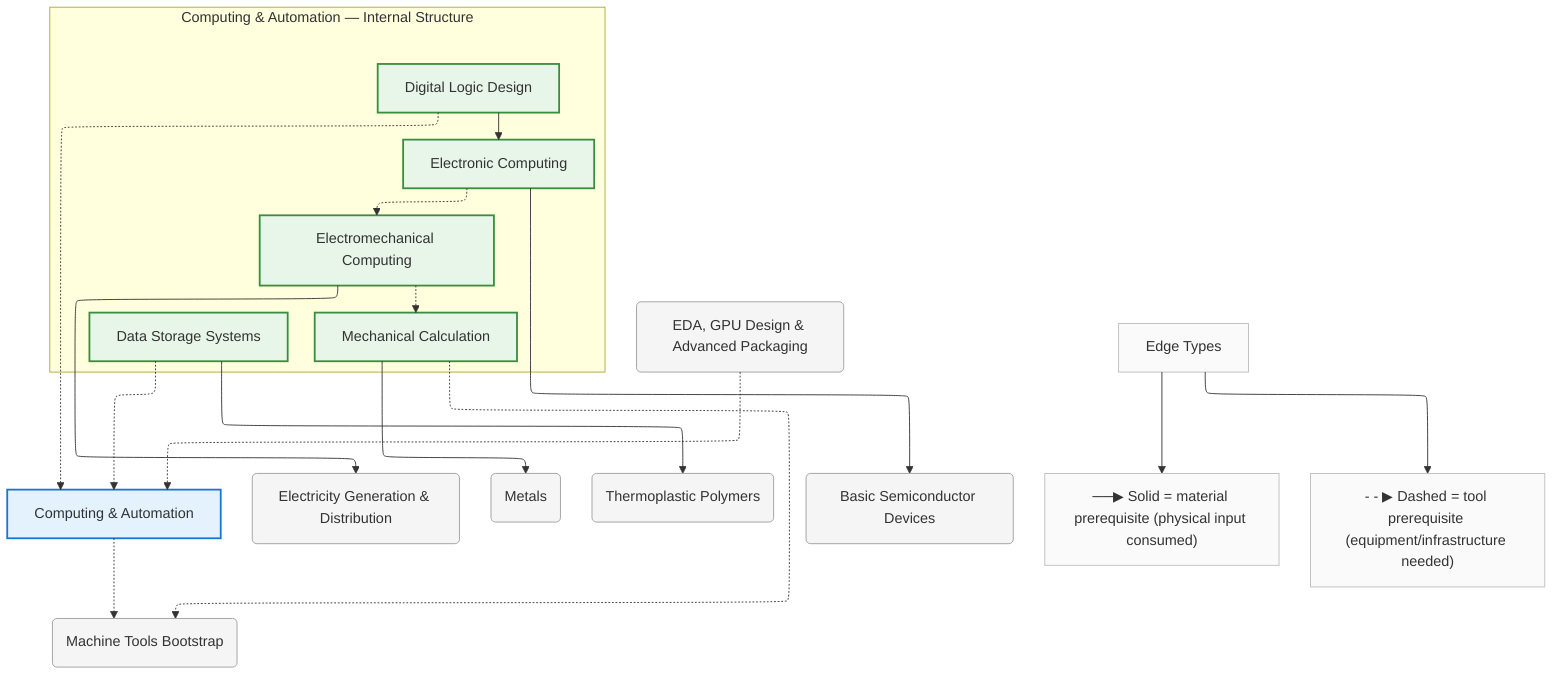
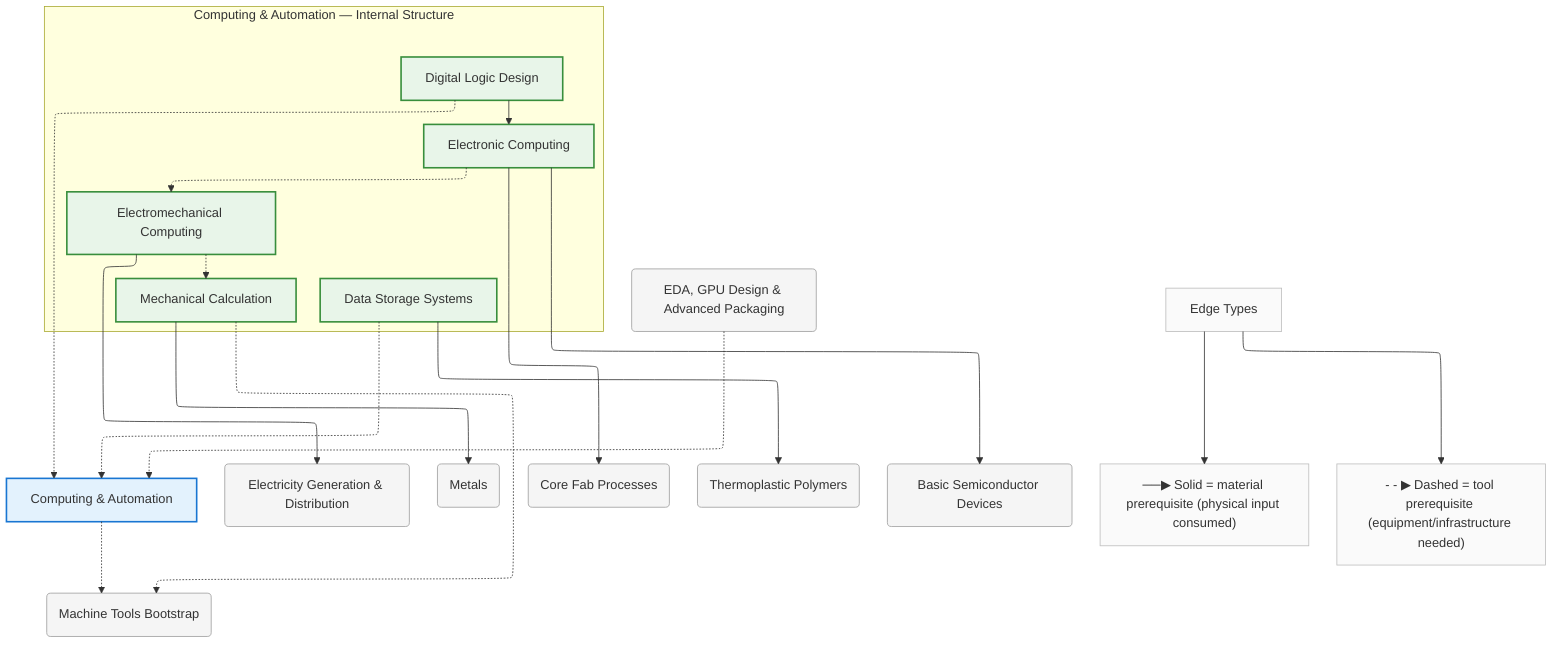
%%{init: {"flowchart": {"defaultRenderer": "elk", "htmlLabels": true}}}%%
graph TD
    %% Domain: Computing & Automation

    %% ==================== INTERNAL NODES ====================
    subgraph computing_internal ["Computing & Automation — Internal Structure"]
        direction TB
        computing_mechanical["Mechanical Calculation"]
        computing_electromechanical["Electromechanical Computing"]
        computing_electronic["Electronic Computing"]
        computing_digital-logic["Digital Logic Design"]
        computing_data-storage["Data Storage Systems"]
    end

    %% ==================== DOMAIN NODE ====================
    computing["Computing & Automation"]

    %% ==================== EXTERNAL DEPENDENCIES ====================
    energy_electricity("Electricity Generation & Distribution")
    machine-tools("Machine Tools Bootstrap")
    metals("Metals")
+     photolithography_fab-processes("Core Fab Processes")
    polymers_thermoplastics("Thermoplastic Polymers")
    silicon_basic-devices("Basic Semiconductor Devices")
    vlsi-scaling_eda-design("EDA, GPU Design & Advanced Packaging")

    %% ==================== EDGES ====================
    computing_electromechanical -.-> computing_mechanical
    computing_electronic -.-> computing_electromechanical
    computing_digital-logic -.-> computing
    computing_digital-logic --> computing_electronic
    computing_data-storage -.-> computing
    vlsi-scaling_eda-design -.-> computing
    computing -.-> machine-tools
    computing_mechanical -.-> machine-tools
    computing_mechanical --> metals
    computing_electromechanical --> energy_electricity
    computing_electronic --> silicon_basic-devices
    computing_data-storage --> polymers_thermoplastics
+     computing_electronic --> photolithography_fab-processes

    %% ==================== EDGE TYPE LEGEND ====================
    EdgeLegend["Edge Types"]
    EdgeLegend --> MatNote["──▶ Solid = material prerequisite (physical input consumed)"]
    EdgeLegend --> ToolNote["- - ▶ Dashed = tool prerequisite (equipment/infrastructure needed)"]

    %% ==================== STYLING ====================
    classDef domain fill:#e3f2fd,stroke:#1976d2,stroke-width:2px
    classDef capability fill:#e8f5e9,stroke:#388e3c,stroke-width:2px
    classDef process fill:#fff3e0,stroke:#f57c00,stroke-width:2px
    classDef critical fill:#fff3e0,stroke:#f57c00,stroke-width:3px
    classDef earlyWin fill:#e8f5e9,stroke:#388e3c,stroke-width:3px
    classDef pinnacle fill:#fce4ec,stroke:#c62828,stroke-width:3px
    classDef external fill:#f5f5f5,stroke:#9e9e9e,stroke-width:1px
    classDef legend fill:#fafafa,stroke:#bdbdbd,stroke-width:1px
    class computing domain
    class computing_mechanical capability
    class computing_electromechanical capability
    class computing_electronic capability
    class computing_digital-logic capability
    class computing_data-storage capability
    class energy_electricity external
    class machine-tools external
    class metals external
+     class photolithography_fab-processes external
    class polymers_thermoplastics external
    class silicon_basic-devices external
    class vlsi-scaling_eda-design external
    class EdgeLegend,MatNote,ToolNote legend
